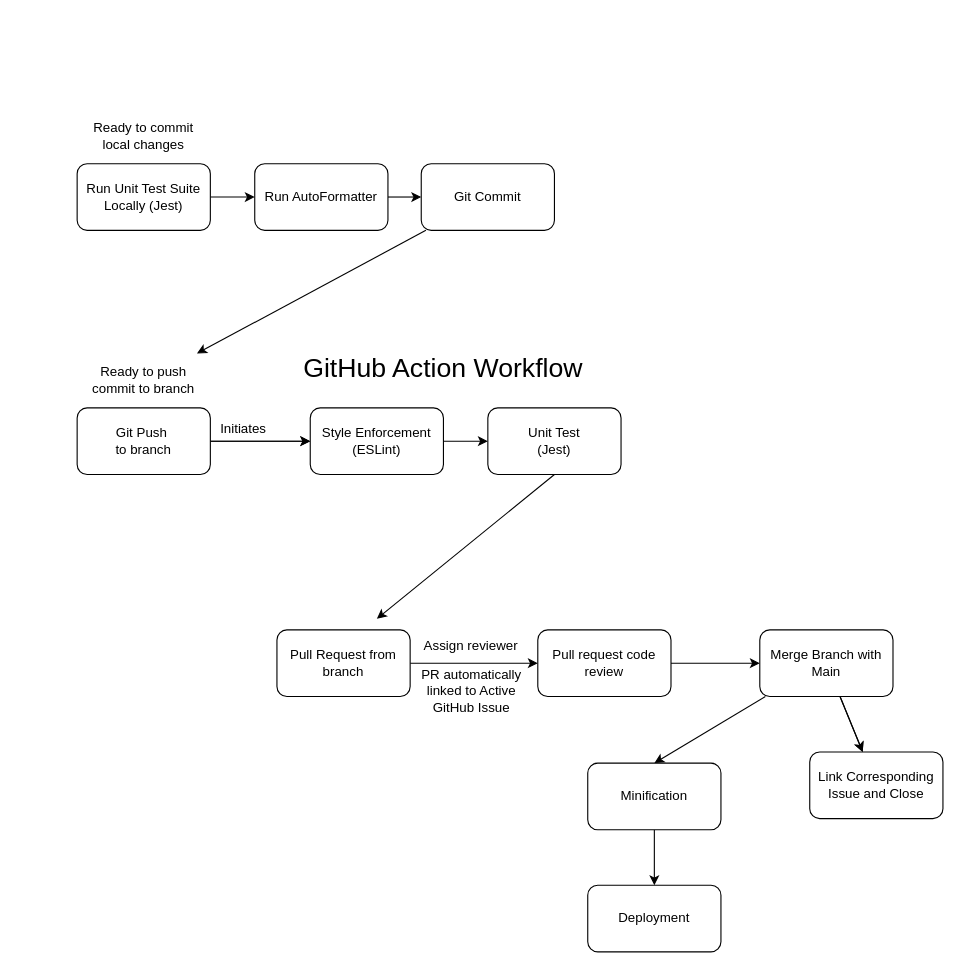
Earlier version of the draw.io diagram admin/cipipeline/phase1.drawio (cse110-sp23-group27/cse110-sp23-group27). Source tidied: cells renumbered, new cells numbered last; positions are measured from the earlier drawing's top-left corner, leaving out a move shared by most shapes. Both pictures are drawn from the tidied source at 111%, with x=0, y=0 at pixel (77, 108).
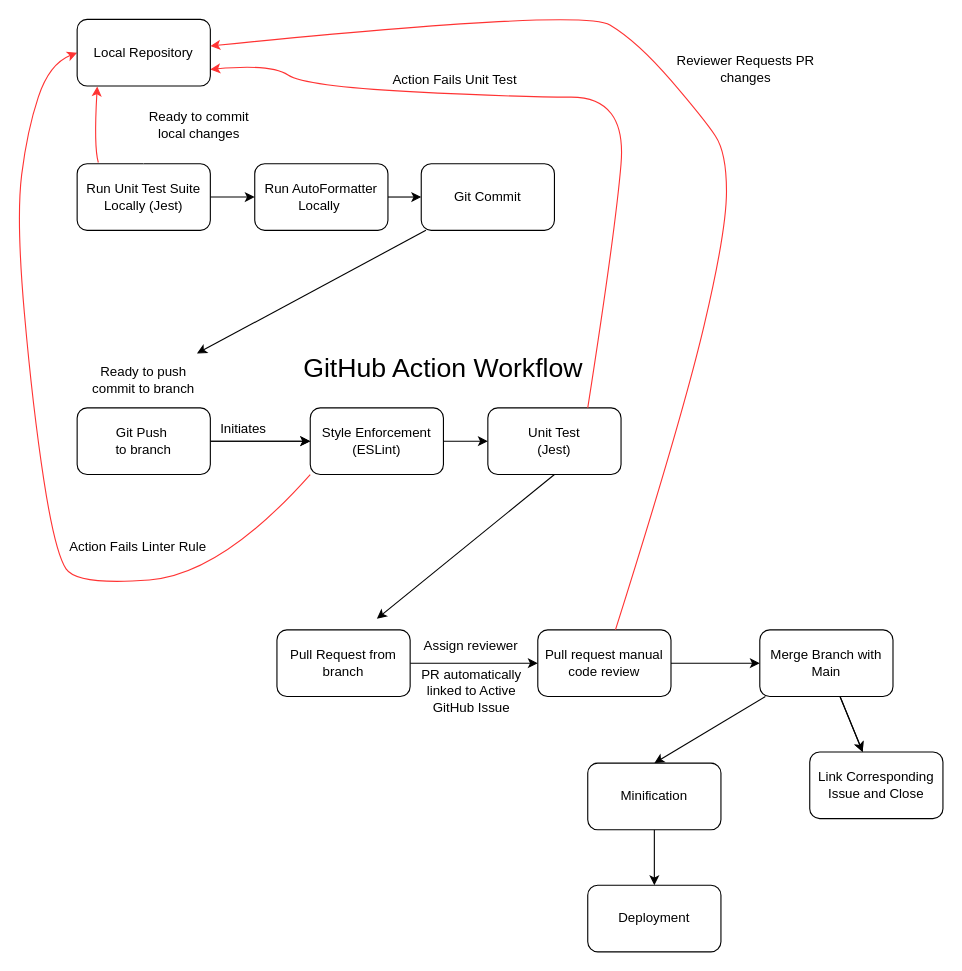
After the change.

Commit message (it also covers changes not shown here):
CI/CD pipeline, updated phase1 diagram with Action failure links

Unchanged cells that the change refers to:
```xml
<mxCell id="6" value="Style Enforcement&lt;br&gt;(ESLint)" style="whiteSpace=wrap;html=1;rounded=1;" parent="1" vertex="1">
  <mxGeometry x="210" y="270" width="120" height="60" as="geometry" />
</mxCell>
<mxCell id="7" value="Unit Test&lt;br&gt;(Jest)" style="whiteSpace=wrap;html=1;rounded=1;" parent="1" vertex="1">
  <mxGeometry x="370" y="270" width="120" height="60" as="geometry" />
</mxCell>
<mxCell id="14" value="Run Unit Test Suite Locally (Jest)" style="rounded=1;whiteSpace=wrap;html=1;" parent="1" vertex="1">
  <mxGeometry y="50" width="120" height="60" as="geometry" />
</mxCell>
```

Change to the diagram source:
```diff
@@
     <mxCell id="9" value="Ready to commit local changes" style="text;html=1;strokeColor=none;fillColor=none;align=center;verticalAlign=middle;whiteSpace=wrap;rounded=0;" parent="1" vertex="1">
-      <mxGeometry x="5" width="110" height="50" as="geometry" />
+      <mxGeometry x="55" y="-10" width="110" height="50" as="geometry" />
     </mxCell>
@@
-    <mxCell id="12" value="Run AutoFormatter" style="rounded=1;whiteSpace=wrap;html=1;" parent="1" vertex="1">
+    <mxCell id="12" value="Run AutoFormatter Locally&amp;nbsp;" style="rounded=1;whiteSpace=wrap;html=1;" parent="1" vertex="1">
       <mxGeometry x="160" y="50" width="120" height="60" as="geometry" />
     </mxCell>
@@
-    <mxCell id="21" value="Pull request code review" style="rounded=1;whiteSpace=wrap;html=1;fontSize=12;" parent="1" vertex="1">
+    <mxCell id="21" value="Pull request manual code review" style="rounded=1;whiteSpace=wrap;html=1;fontSize=12;" parent="1" vertex="1">
       <mxGeometry x="415" y="470" width="120" height="60" as="geometry" />
     </mxCell>
@@
+    <mxCell id="33" style="curved=1;endArrow=classic;html=1;exitX=0;exitY=1;exitDx=0;exitDy=0;strokeColor=#FF3333;entryX=0;entryY=0.5;entryDx=0;entryDy=0;" parent="1" edge="1" source="6" target="38">
+      <mxGeometry relative="1" as="geometry">
+        <Array as="points">
+          <mxPoint x="130" y="420" />
+          <mxPoint y="430" />
+          <mxPoint x="-20" y="400" />
+          <mxPoint x="-40" y="270" />
+          <mxPoint x="-55" y="100" />
+          <mxPoint x="-45" y="20" />
+          <mxPoint x="-25" y="-40" />
+        </Array>
+      </mxGeometry>
+    </mxCell>
+    <mxCell id="34" value="Action Fails Linter Rule" style="text;html=1;strokeColor=none;fillColor=none;align=center;verticalAlign=middle;whiteSpace=wrap;rounded=0;" parent="1" vertex="1">
+      <mxGeometry x="-10" y="380" width="130" height="30" as="geometry" />
+    </mxCell>
+    <mxCell id="35" style="curved=1;endArrow=classic;html=1;strokeColor=#FF3333;exitX=0.75;exitY=0;exitDx=0;exitDy=0;entryX=1;entryY=0.75;entryDx=0;entryDy=0;" parent="1" edge="1" source="7" target="38">
+      <mxGeometry relative="1" as="geometry">
+        <Array as="points">
+          <mxPoint x="485" y="110" />
+          <mxPoint x="495" y="-10" />
+          <mxPoint x="395" y="-10" />
+          <mxPoint x="205" y="-20" />
+          <mxPoint x="175" y="-40" />
+        </Array>
+      </mxGeometry>
+    </mxCell>
+    <mxCell id="36" value="Action Fails Unit Test" style="text;html=1;strokeColor=none;fillColor=none;align=center;verticalAlign=middle;whiteSpace=wrap;rounded=0;" parent="1" vertex="1">
+      <mxGeometry x="272.5" y="-50" width="135" height="50" as="geometry" />
+    </mxCell>
+    <mxCell id="37" style="edgeStyle=none;html=1;strokeColor=#FFFFFF;" parent="1" edge="1" source="38" target="14">
+      <mxGeometry relative="1" as="geometry" />
+    </mxCell>
+    <mxCell id="38" value="Local Repository" style="rounded=1;whiteSpace=wrap;html=1;" parent="1" vertex="1">
+      <mxGeometry y="-80" width="120" height="60" as="geometry" />
+    </mxCell>
+    <mxCell id="39" style="curved=1;endArrow=classic;html=1;strokeColor=#FF3333;exitX=0.583;exitY=0;exitDx=0;exitDy=0;exitPerimeter=0;" parent="1" edge="1" source="21" target="38">
+      <mxGeometry relative="1" as="geometry">
+        <Array as="points">
+          <mxPoint x="545" y="280" />
+          <mxPoint x="585" y="110" />
+          <mxPoint x="585" y="40" />
+          <mxPoint x="565" y="10" />
+          <mxPoint x="505" y="-60" />
+          <mxPoint x="455" y="-90" />
+        </Array>
+      </mxGeometry>
+    </mxCell>
+    <mxCell id="40" value="Reviewer Requests PR changes" style="text;html=1;strokeColor=none;fillColor=none;align=center;verticalAlign=middle;whiteSpace=wrap;rounded=0;" parent="1" vertex="1">
+      <mxGeometry x="535" y="-60" width="135" height="50" as="geometry" />
+    </mxCell>
+    <mxCell id="41" style="curved=1;endArrow=classic;html=1;strokeColor=#FF3333;exitX=0.159;exitY=-0.018;exitDx=0;exitDy=0;exitPerimeter=0;entryX=0.151;entryY=1.006;entryDx=0;entryDy=0;entryPerimeter=0;" parent="1" edge="1" source="14" target="38">
+      <mxGeometry relative="1" as="geometry">
+        <Array as="points">
+          <mxPoint x="15" y="35" />
+        </Array>
+      </mxGeometry>
+    </mxCell>
```
